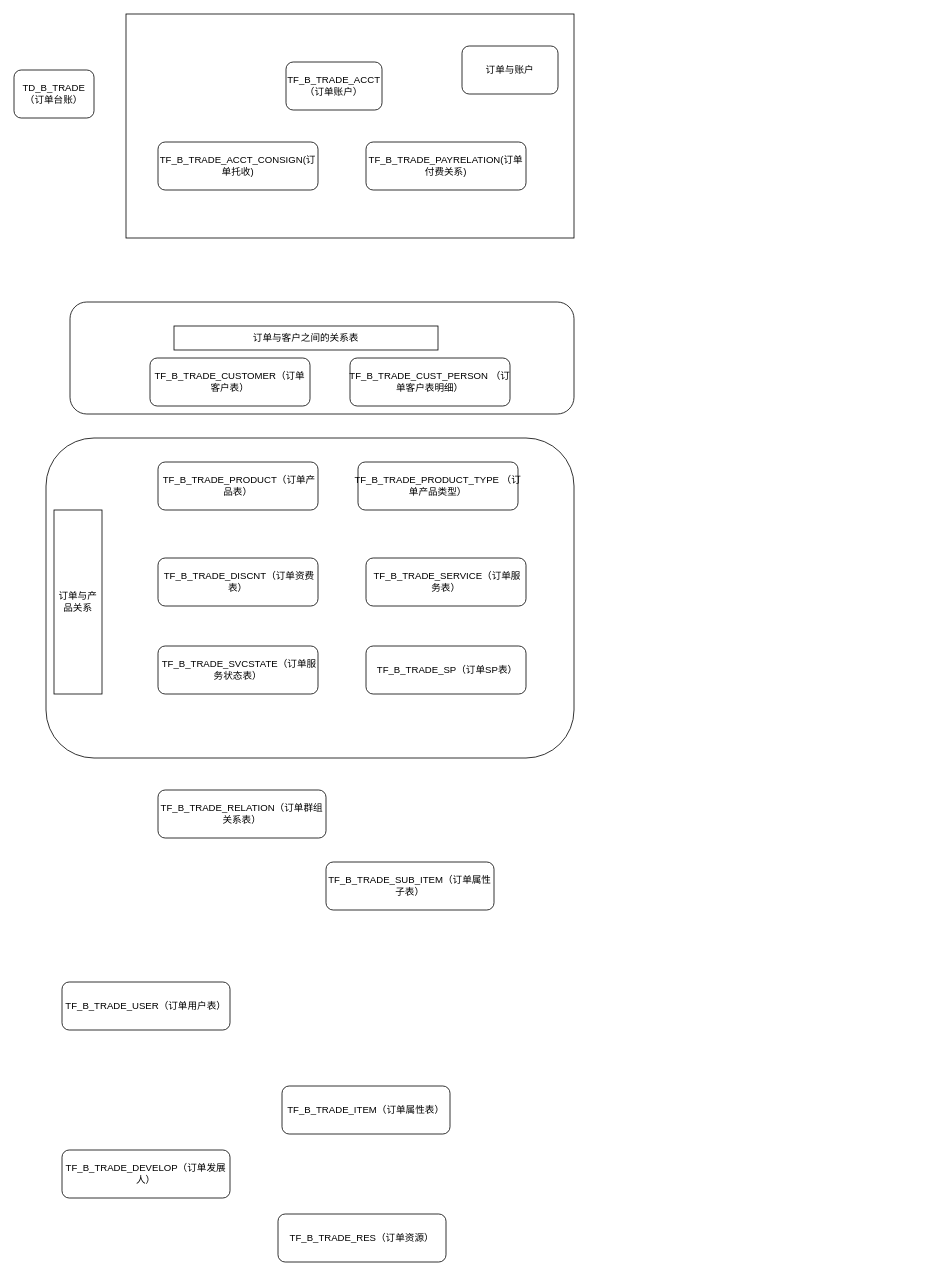
The draw.io diagram 订单模型.drawio in woshilmx/drawio, before the edit. Source tidied: cells renumbered, new cells numbered last; positions are measured from the earlier drawing's top-left corner, leaving out a move shared by most shapes. Both pictures are drawn from the tidied source at 80%, with x=0, y=0 at pixel (14, 14).
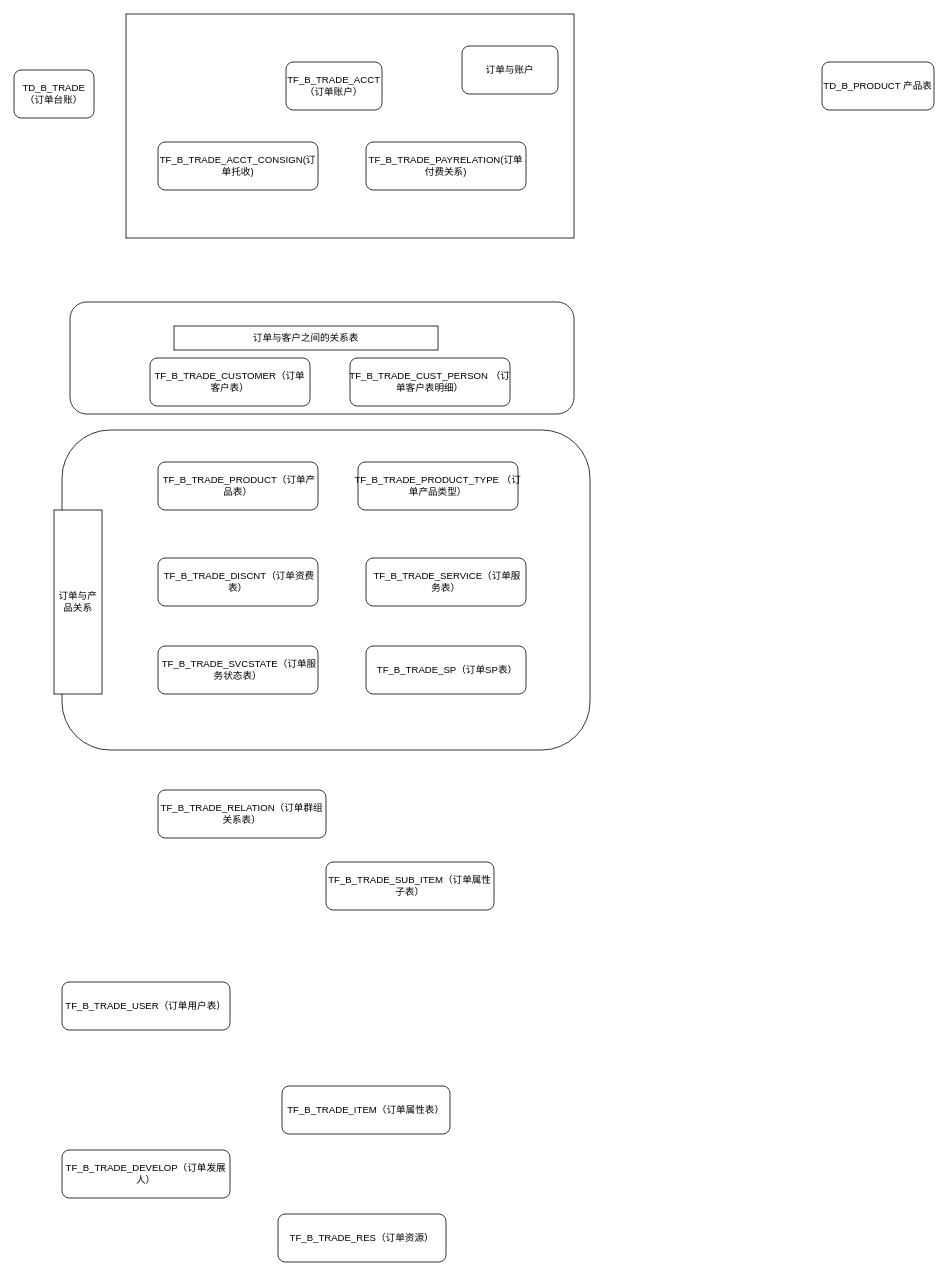
The same diagram, later.

Commit message:
更新订单模型.drawio

What changed in the source:
```diff
@@
     <mxCell id="3" style="rounded=1;whiteSpace=wrap;html=1;" parent="1" vertex="1">
-      <mxGeometry x="40" y="530" width="660" height="400" as="geometry" />
+      <mxGeometry x="60" y="520" width="660" height="400" as="geometry" />
     </mxCell>
@@
+    <mxCell id="26" value="TD_B_PRODUCT 产品表" style="rounded=1;whiteSpace=wrap;html=1;" parent="1" vertex="1">
+      <mxGeometry x="1010" y="60" width="140" height="60" as="geometry" />
+    </mxCell>
```
